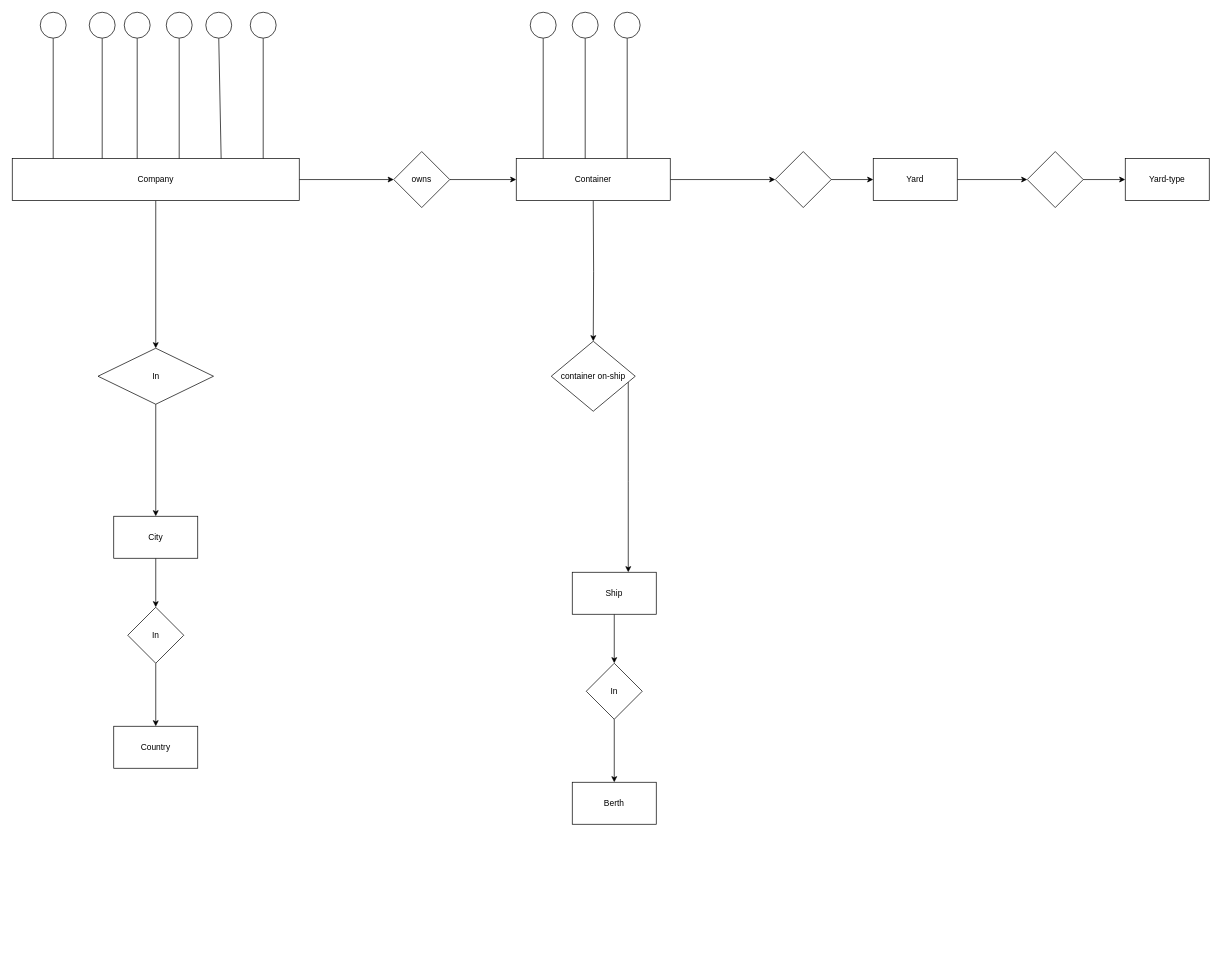
Above: Assgn_1.drawio in TarinPairor/draw.io (draw.io), before the change. Source tidied: cells renumbered, new cells numbered last; positions are measured from the earlier drawing's top-left corner, leaving out a move shared by most shapes. Both pictures are drawn from the tidied source at 70%, with x=0, y=0 at pixel (12, 12).
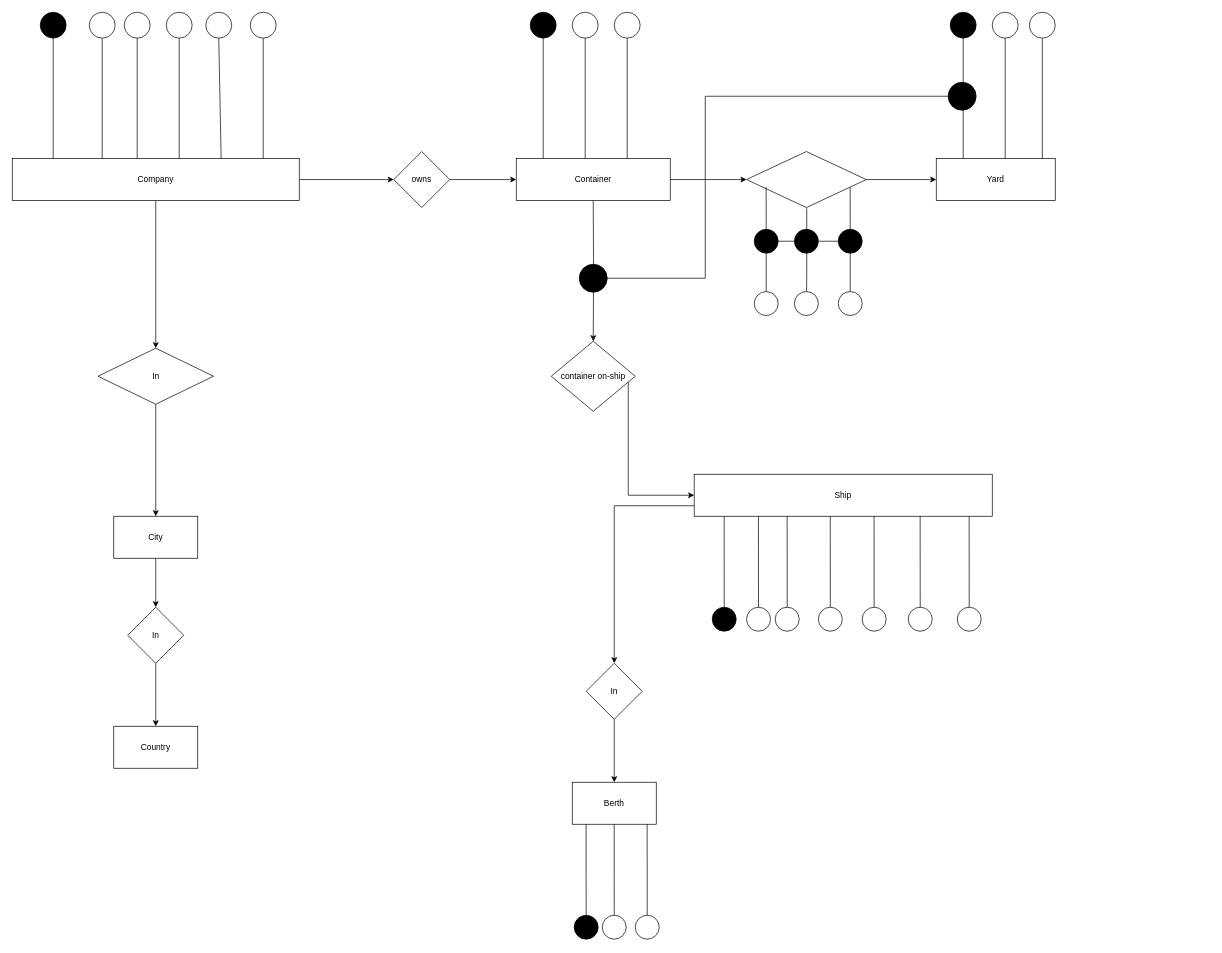
After the change.

Unchanged cells that the change refers to:
```xml
<mxCell id="40" value="In" style="rhombus;whiteSpace=wrap;html=1;rounded=0;" parent="1" vertex="1">
  <mxGeometry x="820" y="930" width="80" height="80" as="geometry" />
</mxCell>
```

The edit, as a diff of the source:
```diff
@@
-    <mxCell id="16" style="ellipse;whiteSpace=wrap;html=1;rotation=-90;" parent="1" vertex="1">
+    <mxCell id="16" style="ellipse;whiteSpace=wrap;html=1;rotation=-90;fillColor=black;" parent="1" vertex="1">
       <mxGeometry x="40" width="37" height="37" as="geometry" />
     </mxCell>
@@
-    <mxCell id="23" style="ellipse;whiteSpace=wrap;html=1;rotation=-90;" parent="1" vertex="1">
+    <mxCell id="23" style="ellipse;whiteSpace=wrap;html=1;rotation=-90;fillColor=black;" parent="1" vertex="1">
       <mxGeometry x="740" width="37" height="37" as="geometry" />
     </mxCell>
@@
-    <mxCell id="30" style="edgeStyle=orthogonalEdgeStyle;rounded=0;jettySize=auto;html=1;" parent="1" edge="1" source="31" target="40">
-      <mxGeometry relative="1" as="geometry" />
+    <mxCell id="30" style="edgeStyle=orthogonalEdgeStyle;rounded=0;jettySize=auto;html=1;exitX=0;exitY=0.75;exitDx=0;exitDy=0;" parent="1" edge="1" source="31" target="40">
+      <mxGeometry relative="1" as="geometry">
+        <Array as="points">
+          <mxPoint x="860" y="705" />
+        </Array>
+      </mxGeometry>
     </mxCell>
     <mxCell id="31" value="Ship" style="whiteSpace=wrap;html=1;rounded=0;" parent="1" vertex="1">
-      <mxGeometry x="800" y="800" width="120" height="60" as="geometry" />
+      <mxGeometry x="974.2" y="660" width="425.8" height="60" as="geometry" />
     </mxCell>
@@
     <mxCell id="43" style="rhombus;whiteSpace=wrap;html=1;rounded=0;" parent="1" vertex="1">
-      <mxGeometry x="1090" y="199" width="80" height="80" as="geometry" />
+      <mxGeometry x="1049" y="199" width="171" height="80" as="geometry" />
     </mxCell>
-    <mxCell id="44" style="edgeStyle=orthogonalEdgeStyle;rounded=0;jettySize=auto;html=1;" parent="1" edge="1" source="45" target="47">
-      <mxGeometry relative="1" as="geometry" />
-    </mxCell>
     <mxCell id="45" value="Yard" style="whiteSpace=wrap;html=1;rounded=0;" parent="1" vertex="1">
-      <mxGeometry x="1230" y="209" width="120" height="60" as="geometry" />
+      <mxGeometry x="1320" y="209" width="170" height="60" as="geometry" />
     </mxCell>
-    <mxCell id="46" style="edgeStyle=orthogonalEdgeStyle;rounded=0;jettySize=auto;html=1;" parent="1" edge="1" source="47" target="48">
-      <mxGeometry relative="1" as="geometry" />
-    </mxCell>
-    <mxCell id="47" style="rhombus;whiteSpace=wrap;html=1;rounded=0;" parent="1" vertex="1">
-      <mxGeometry x="1450" y="199" width="80" height="80" as="geometry" />
-    </mxCell>
-    <mxCell id="48" value="Yard-type" style="whiteSpace=wrap;html=1;rounded=0;" parent="1" vertex="1">
-      <mxGeometry x="1590" y="209" width="120" height="60" as="geometry" />
-    </mxCell>
+    <mxCell id="49" style="endArrow=none;html=1;rounded=0;exitX=0.5;exitY=0;exitDx=0;exitDy=0;entryX=0;entryY=0.5;entryDx=0;entryDy=0;" parent="1" edge="1" target="50">
+      <mxGeometry relative="1" as="geometry">
+        <mxPoint x="1471.5" y="209" as="sourcePoint" />
+      </mxGeometry>
+    </mxCell>
+    <mxCell id="50" style="ellipse;whiteSpace=wrap;html=1;rotation=-90;" parent="1" vertex="1">
+      <mxGeometry x="1453" width="37" height="37" as="geometry" />
+    </mxCell>
+    <mxCell id="51" style="endArrow=none;html=1;rounded=0;exitX=0.5;exitY=0;exitDx=0;exitDy=0;entryX=0;entryY=0.5;entryDx=0;entryDy=0;" parent="1" edge="1" target="52">
+      <mxGeometry relative="1" as="geometry">
+        <mxPoint x="1418.5" y="209" as="sourcePoint" />
+      </mxGeometry>
+    </mxCell>
+    <mxCell id="52" style="ellipse;whiteSpace=wrap;html=1;rotation=-90;" parent="1" vertex="1">
+      <mxGeometry x="1400" width="37" height="37" as="geometry" />
+    </mxCell>
+    <mxCell id="53" style="endArrow=none;html=1;rounded=0;exitX=0.5;exitY=0;exitDx=0;exitDy=0;entryX=0;entryY=0.5;entryDx=0;entryDy=0;" parent="1" edge="1" target="54">
+      <mxGeometry relative="1" as="geometry">
+        <mxPoint x="1358.5" y="209" as="sourcePoint" />
+      </mxGeometry>
+    </mxCell>
+    <mxCell id="54" style="ellipse;whiteSpace=wrap;html=1;rotation=-90;fillColor=black;" parent="1" vertex="1">
+      <mxGeometry x="1340" width="37" height="37" as="geometry" />
+    </mxCell>
+    <mxCell id="55" style="endArrow=none;html=1;rounded=0;" parent="1" edge="1" source="58" target="56">
+      <mxGeometry relative="1" as="geometry">
+        <Array as="points">
+          <mxPoint x="990" y="380" />
+          <mxPoint x="990" y="120" />
+        </Array>
+      </mxGeometry>
+    </mxCell>
+    <mxCell id="56" style="ellipse;whiteSpace=wrap;html=1;fillColor=black;" parent="1" vertex="1">
+      <mxGeometry x="1337" y="100" width="40" height="40" as="geometry" />
+    </mxCell>
+    <mxCell id="57" style="endArrow=none;html=1;rounded=0;" parent="1" edge="1" target="58">
+      <mxGeometry relative="1" as="geometry">
+        <mxPoint x="830" y="380" as="sourcePoint" />
+      </mxGeometry>
+    </mxCell>
+    <mxCell id="58" style="ellipse;whiteSpace=wrap;html=1;fillColor=black;" parent="1" vertex="1">
+      <mxGeometry x="810" y="360" width="40" height="40" as="geometry" />
+    </mxCell>
+    <mxCell id="59" style="endArrow=none;html=1;rounded=0;entryX=0;entryY=0.5;entryDx=0;entryDy=0;" parent="1" edge="1" source="86" target="60">
+      <mxGeometry relative="1" as="geometry" />
+    </mxCell>
+    <mxCell id="60" style="ellipse;whiteSpace=wrap;html=1;rotation=-90;" parent="1" vertex="1">
+      <mxGeometry x="1060" y="399" width="34.2" height="34.2" as="geometry" />
+    </mxCell>
+    <mxCell id="61" style="endArrow=none;html=1;rounded=0;entryX=0;entryY=0.5;entryDx=0;entryDy=0;" parent="1" edge="1" target="62">
+      <mxGeometry relative="1" as="geometry">
+        <mxPoint x="1135" y="280" as="sourcePoint" />
+        <Array as="points">
+          <mxPoint x="1135" y="370" />
+        </Array>
+      </mxGeometry>
+    </mxCell>
+    <mxCell id="62" style="ellipse;whiteSpace=wrap;html=1;rotation=-90;" parent="1" vertex="1">
+      <mxGeometry x="1117.4" y="399" width="34.2" height="34.2" as="geometry" />
+    </mxCell>
+    <mxCell id="63" style="endArrow=none;html=1;rounded=0;entryX=0;entryY=0.5;entryDx=0;entryDy=0;" parent="1" edge="1" source="89" target="64">
+      <mxGeometry relative="1" as="geometry" />
+    </mxCell>
+    <mxCell id="64" style="ellipse;whiteSpace=wrap;html=1;rotation=-90;" parent="1" vertex="1">
+      <mxGeometry x="1180" y="399" width="34.2" height="34.2" as="geometry" />
+    </mxCell>
+    <mxCell id="65" style="endArrow=none;html=1;rounded=0;entryX=0;entryY=0.5;entryDx=0;entryDy=0;" parent="1" edge="1" target="66">
+      <mxGeometry relative="1" as="geometry">
+        <mxPoint x="819.8" y="1160" as="sourcePoint" />
+      </mxGeometry>
+    </mxCell>
+    <mxCell id="66" style="ellipse;whiteSpace=wrap;html=1;rotation=-90;fillColor=black;" parent="1" vertex="1">
+      <mxGeometry x="802.8" y="1290" width="34.2" height="34.2" as="geometry" />
+    </mxCell>
+    <mxCell id="67" style="endArrow=none;html=1;rounded=0;entryX=0;entryY=0.5;entryDx=0;entryDy=0;" parent="1" edge="1" target="68">
+      <mxGeometry relative="1" as="geometry">
+        <mxPoint x="859.9" y="1160" as="sourcePoint" />
+      </mxGeometry>
+    </mxCell>
+    <mxCell id="68" style="ellipse;whiteSpace=wrap;html=1;rotation=-90;" parent="1" vertex="1">
+      <mxGeometry x="842.9" y="1290" width="34.2" height="34.2" as="geometry" />
+    </mxCell>
+    <mxCell id="69" style="endArrow=none;html=1;rounded=0;entryX=0;entryY=0.5;entryDx=0;entryDy=0;" parent="1" edge="1" target="70">
+      <mxGeometry relative="1" as="geometry">
+        <mxPoint x="907" y="1160" as="sourcePoint" />
+      </mxGeometry>
+    </mxCell>
+    <mxCell id="70" style="ellipse;whiteSpace=wrap;html=1;rotation=-90;" parent="1" vertex="1">
+      <mxGeometry x="890" y="1290" width="34.2" height="34.2" as="geometry" />
+    </mxCell>
+    <mxCell id="71" style="endArrow=none;html=1;rounded=0;entryX=0;entryY=0.5;entryDx=0;entryDy=0;" parent="1" edge="1" target="72">
+      <mxGeometry relative="1" as="geometry">
+        <mxPoint x="1017" y="720" as="sourcePoint" />
+      </mxGeometry>
+    </mxCell>
+    <mxCell id="72" style="ellipse;whiteSpace=wrap;html=1;rotation=-90;fillColor=black;" parent="1" vertex="1">
+      <mxGeometry x="1000" y="850" width="34.2" height="34.2" as="geometry" />
+    </mxCell>
+    <mxCell id="73" style="endArrow=none;html=1;rounded=0;entryX=0;entryY=0.5;entryDx=0;entryDy=0;" parent="1" edge="1" target="74">
+      <mxGeometry relative="1" as="geometry">
+        <mxPoint x="1066" y="720" as="sourcePoint" />
+      </mxGeometry>
+    </mxCell>
+    <mxCell id="74" style="ellipse;whiteSpace=wrap;html=1;rotation=-90;" parent="1" vertex="1">
+      <mxGeometry x="1049" y="850" width="34.2" height="34.2" as="geometry" />
+    </mxCell>
+    <mxCell id="75" style="endArrow=none;html=1;rounded=0;entryX=0;entryY=0.5;entryDx=0;entryDy=0;" parent="1" edge="1" target="76">
+      <mxGeometry relative="1" as="geometry">
+        <mxPoint x="1107" y="720" as="sourcePoint" />
+      </mxGeometry>
+    </mxCell>
+    <mxCell id="76" style="ellipse;whiteSpace=wrap;html=1;rotation=-90;" parent="1" vertex="1">
+      <mxGeometry x="1090" y="850" width="34.2" height="34.2" as="geometry" />
+    </mxCell>
+    <mxCell id="77" style="endArrow=none;html=1;rounded=0;entryX=0;entryY=0.5;entryDx=0;entryDy=0;" parent="1" edge="1" target="78">
+      <mxGeometry relative="1" as="geometry">
+        <mxPoint x="1168.6" y="720" as="sourcePoint" />
+      </mxGeometry>
+    </mxCell>
+    <mxCell id="78" style="ellipse;whiteSpace=wrap;html=1;rotation=-90;" parent="1" vertex="1">
+      <mxGeometry x="1151.6" y="850" width="34.2" height="34.2" as="geometry" />
+    </mxCell>
+    <mxCell id="79" style="endArrow=none;html=1;rounded=0;entryX=0;entryY=0.5;entryDx=0;entryDy=0;" parent="1" edge="1" target="80">
+      <mxGeometry relative="1" as="geometry">
+        <mxPoint x="1231.2" y="720" as="sourcePoint" />
+      </mxGeometry>
+    </mxCell>
+    <mxCell id="80" style="ellipse;whiteSpace=wrap;html=1;rotation=-90;" parent="1" vertex="1">
+      <mxGeometry x="1214.2" y="850" width="34.2" height="34.2" as="geometry" />
+    </mxCell>
+    <mxCell id="81" style="endArrow=none;html=1;rounded=0;entryX=0;entryY=0.5;entryDx=0;entryDy=0;" parent="1" edge="1" target="82">
+      <mxGeometry relative="1" as="geometry">
+        <mxPoint x="1297" y="720" as="sourcePoint" />
+      </mxGeometry>
+    </mxCell>
+    <mxCell id="82" style="ellipse;whiteSpace=wrap;html=1;rotation=-90;" parent="1" vertex="1">
+      <mxGeometry x="1280" y="850" width="34.2" height="34.2" as="geometry" />
+    </mxCell>
+    <mxCell id="83" style="endArrow=none;html=1;rounded=0;entryX=0;entryY=0.5;entryDx=0;entryDy=0;" parent="1" edge="1" target="84">
+      <mxGeometry relative="1" as="geometry">
+        <mxPoint x="1367" y="720" as="sourcePoint" />
+      </mxGeometry>
+    </mxCell>
+    <mxCell id="84" style="ellipse;whiteSpace=wrap;html=1;rotation=-90;" parent="1" vertex="1">
+      <mxGeometry x="1350" y="850" width="34.2" height="34.2" as="geometry" />
+    </mxCell>
+    <mxCell id="85" style="endArrow=none;html=1;rounded=0;entryX=0;entryY=0.5;entryDx=0;entryDy=0;" parent="1" edge="1" target="86">
+      <mxGeometry relative="1" as="geometry">
+        <mxPoint x="1077" y="250" as="sourcePoint" />
+      </mxGeometry>
+    </mxCell>
+    <mxCell id="86" style="ellipse;whiteSpace=wrap;html=1;rotation=-90;fillColor=black;" parent="1" vertex="1">
+      <mxGeometry x="1060" y="310" width="34.2" height="34.2" as="geometry" />
+    </mxCell>
+    <mxCell id="87" style="ellipse;whiteSpace=wrap;html=1;rotation=-90;fillColor=black;" parent="1" vertex="1">
+      <mxGeometry x="1117.4" y="310" width="34.2" height="34.2" as="geometry" />
+    </mxCell>
+    <mxCell id="88" style="endArrow=none;html=1;rounded=0;entryX=0;entryY=0.5;entryDx=0;entryDy=0;" parent="1" edge="1" target="89">
+      <mxGeometry relative="1" as="geometry">
+        <mxPoint x="1197" y="250" as="sourcePoint" />
+      </mxGeometry>
+    </mxCell>
+    <mxCell id="89" style="ellipse;whiteSpace=wrap;html=1;rotation=-90;fillColor=black;" parent="1" vertex="1">
+      <mxGeometry x="1180" y="310" width="34.2" height="34.2" as="geometry" />
+    </mxCell>
+    <mxCell id="90" style="endArrow=none;html=1;rounded=0;exitX=0.5;exitY=1;exitDx=0;exitDy=0;entryX=0.5;entryY=0;entryDx=0;entryDy=0;" parent="1" edge="1" source="87" target="89">
+      <mxGeometry relative="1" as="geometry" />
+    </mxCell>
+    <mxCell id="91" style="endArrow=none;html=1;rounded=0;exitX=0.5;exitY=1;exitDx=0;exitDy=0;entryX=0.5;entryY=0;entryDx=0;entryDy=0;" parent="1" edge="1" source="86" target="87">
+      <mxGeometry relative="1" as="geometry" />
+    </mxCell>
```
